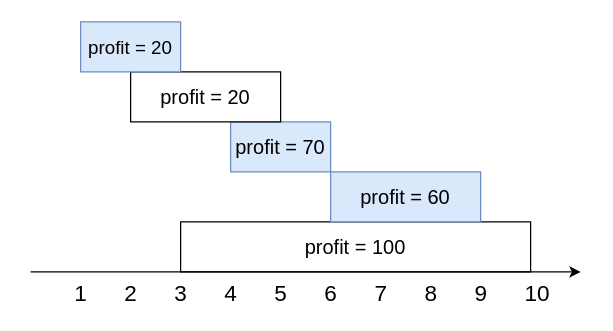
This is 20221020.drawio from EndlessCheng/EndlessCheng, a draw.io file, before an edit. Source tidied: cells renumbered, new cells numbered last; positions are measured from the earlier drawing's top-left corner, leaving out a move shared by most shapes. Both pictures are drawn from the tidied source at 125%, with x=0, y=0 at pixel (30, 21).
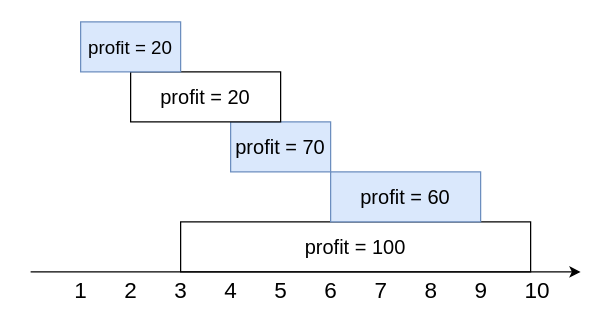
The same page after the edit.

What changed in the source:
```diff
@@
 <mxGraphModel>
   <root>
     <mxCell id="0" />
     <mxCell id="1" parent="0" />
     <mxCell id="2" value="profit = 100" style="rounded=0;whiteSpace=wrap;html=1;fontSize=16;" parent="1" vertex="1">
       <mxGeometry x="120" y="160" width="280" height="40" as="geometry" />
     </mxCell>
     <mxCell id="3" style="endArrow=classic;html=1;rounded=0;" parent="1" edge="1">
       <mxGeometry relative="1" as="geometry">
         <mxPoint y="200" as="sourcePoint" />
         <mxPoint x="440" y="200" as="targetPoint" />
       </mxGeometry>
     </mxCell>
-    <mxCell id="4" value="&lt;font style=&quot;font-size: 18px;&quot;&gt;1&amp;nbsp; &amp;nbsp; &amp;nbsp; 2&lt;/font&gt;&lt;span style=&quot;font-size: 18px;&quot;&gt;&amp;nbsp; &amp;nbsp; &amp;nbsp; 3&lt;/span&gt;&lt;span style=&quot;font-size: 18px;&quot;&gt;&amp;nbsp; &amp;nbsp; &amp;nbsp; 4&lt;/span&gt;&lt;span style=&quot;font-size: 18px;&quot;&gt;&amp;nbsp; &amp;nbsp; &amp;nbsp; 5&lt;/span&gt;&lt;span style=&quot;font-size: 18px;&quot;&gt;&amp;nbsp; &amp;nbsp; &amp;nbsp; 6&lt;/span&gt;&lt;span style=&quot;font-size: 18px;&quot;&gt;&amp;nbsp; &amp;nbsp; &amp;nbsp; 7&amp;nbsp;&lt;/span&gt;&lt;span style=&quot;font-size: 18px;&quot;&gt;&amp;nbsp; &amp;nbsp; &amp;nbsp;8&amp;nbsp;&lt;/span&gt;&lt;span style=&quot;font-size: 18px;&quot;&gt;&amp;nbsp; &amp;nbsp; &amp;nbsp;9&amp;nbsp;&lt;/span&gt;&lt;span style=&quot;font-size: 18px;&quot;&gt;&amp;nbsp; &amp;nbsp; &amp;nbsp;10&lt;/span&gt;" style="text;html=1;align=center;verticalAlign=middle;fillColor=none;strokeColor=none;rounded=0;fontSize=18;spacingTop=0;spacingBottom=-5;" parent="1" vertex="1">
-      <mxGeometry x="25" y="200" width="400" height="30" as="geometry" />
+    <mxCell id="4" value="&lt;font style=&quot;font-size: 18px;&quot;&gt;1&amp;nbsp; &amp;nbsp; &amp;nbsp; 2&lt;/font&gt;&lt;span style=&quot;font-size: 18px;&quot;&gt;&amp;nbsp; &amp;nbsp; &amp;nbsp; 3&lt;/span&gt;&lt;span style=&quot;font-size: 18px;&quot;&gt;&amp;nbsp; &amp;nbsp; &amp;nbsp; 4&lt;/span&gt;&lt;span style=&quot;font-size: 18px;&quot;&gt;&amp;nbsp; &amp;nbsp; &amp;nbsp; 5&lt;/span&gt;&lt;span style=&quot;font-size: 18px;&quot;&gt;&amp;nbsp; &amp;nbsp; &amp;nbsp; 6&lt;/span&gt;&lt;span style=&quot;font-size: 18px;&quot;&gt;&amp;nbsp; &amp;nbsp; &amp;nbsp; 7&amp;nbsp;&lt;/span&gt;&lt;span style=&quot;font-size: 18px;&quot;&gt;&amp;nbsp; &amp;nbsp; &amp;nbsp;8&amp;nbsp;&lt;/span&gt;&lt;span style=&quot;font-size: 18px;&quot;&gt;&amp;nbsp; &amp;nbsp; &amp;nbsp;9&amp;nbsp;&lt;/span&gt;&lt;span style=&quot;font-size: 18px;&quot;&gt;&amp;nbsp; &amp;nbsp; &amp;nbsp;10&lt;/span&gt;" style="text;html=1;align=center;verticalAlign=middle;fillColor=none;strokeColor=none;rounded=0;fontSize=18;spacingTop=0;spacingBottom=-10;" parent="1" vertex="1">
+      <mxGeometry x="25" y="200" width="400" height="20" as="geometry" />
     </mxCell>
     <mxCell id="5" value="profit = 60" style="rounded=0;whiteSpace=wrap;html=1;fontSize=16;fillColor=#dae8fc;strokeColor=#6c8ebf;" parent="1" vertex="1">
       <mxGeometry x="240" y="120" width="120" height="40" as="geometry" />
     </mxCell>
     <mxCell id="6" value="profit = 70" style="rounded=0;whiteSpace=wrap;html=1;fontSize=16;fillColor=#dae8fc;strokeColor=#6c8ebf;" parent="1" vertex="1">
       <mxGeometry x="160" y="80" width="80" height="40" as="geometry" />
     </mxCell>
     <mxCell id="7" value="profit = 20" style="rounded=0;whiteSpace=wrap;html=1;fontSize=16;" parent="1" vertex="1">
       <mxGeometry x="80" y="40" width="120" height="40" as="geometry" />
     </mxCell>
     <mxCell id="8" value="profit = 20" style="rounded=0;whiteSpace=wrap;html=1;fontSize=15;fillColor=#dae8fc;strokeColor=#6c8ebf;" parent="1" vertex="1">
       <mxGeometry x="40" width="80" height="40" as="geometry" />
     </mxCell>
   </root>
 </mxGraphModel>
```
